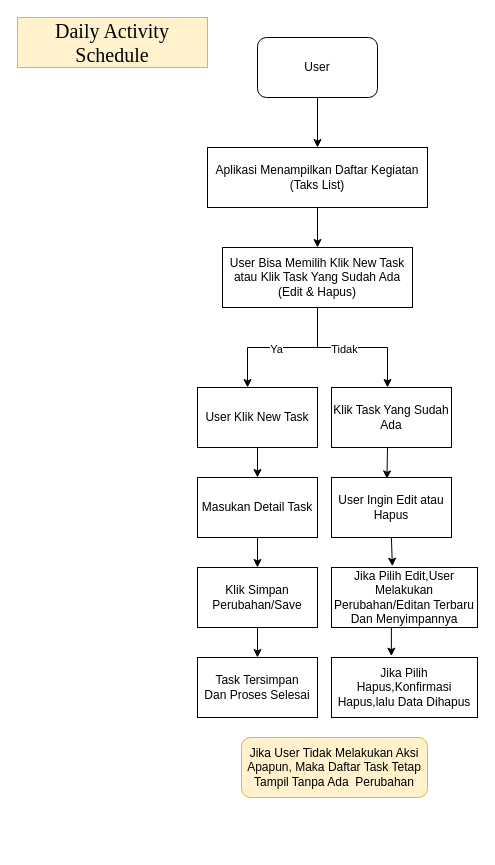
The draw.io diagram Alur Bisnis.drawio in tasyafbriani/Daily-Activity-Schedule, before the edit. Source tidied: cells renumbered, new cells numbered last; positions are measured from the earlier drawing's top-left corner, leaving out a move shared by most shapes. Both pictures are drawn from the tidied source at 100%, with x=0, y=0 at pixel (17, 17).
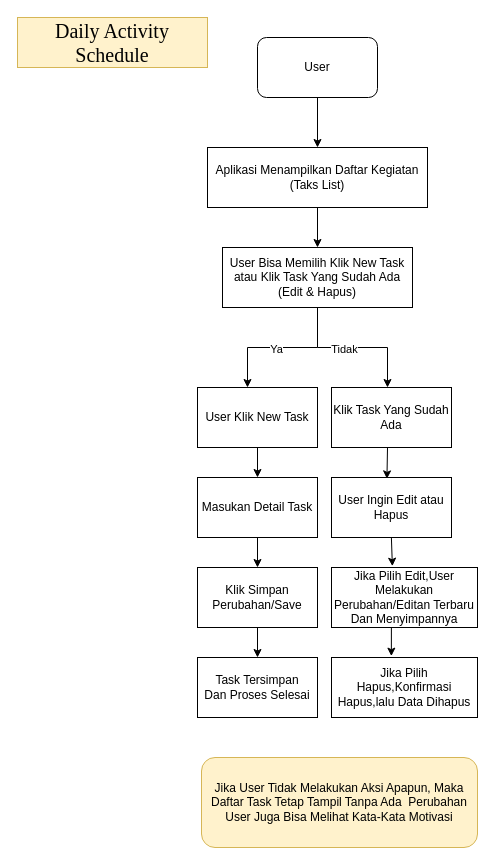
The same page after the edit.

The edit, as a diff of the source:
```diff
@@
-    <mxCell id="29" value="Jika User Tidak Melakukan Aksi Apapun, Maka Daftar Task Tetap Tampil Tanpa Ada&amp;nbsp; Perubahan" style="rounded=1;whiteSpace=wrap;html=1;fillColor=#fff2cc;strokeColor=#d6b656;" parent="1" vertex="1">
-      <mxGeometry x="224" y="720" width="186" height="60" as="geometry" />
+    <mxCell id="29" value="Jika User Tidak Melakukan Aksi Apapun, Maka Daftar Task Tetap Tampil Tanpa Ada&amp;nbsp; Perubahan&lt;br&gt;User Juga Bisa Melihat Kata-Kata Motivasi" style="rounded=1;whiteSpace=wrap;html=1;fillColor=#fff2cc;strokeColor=#d6b656;" parent="1" vertex="1">
+      <mxGeometry x="184" y="740" width="276" height="90" as="geometry" />
     </mxCell>
```
